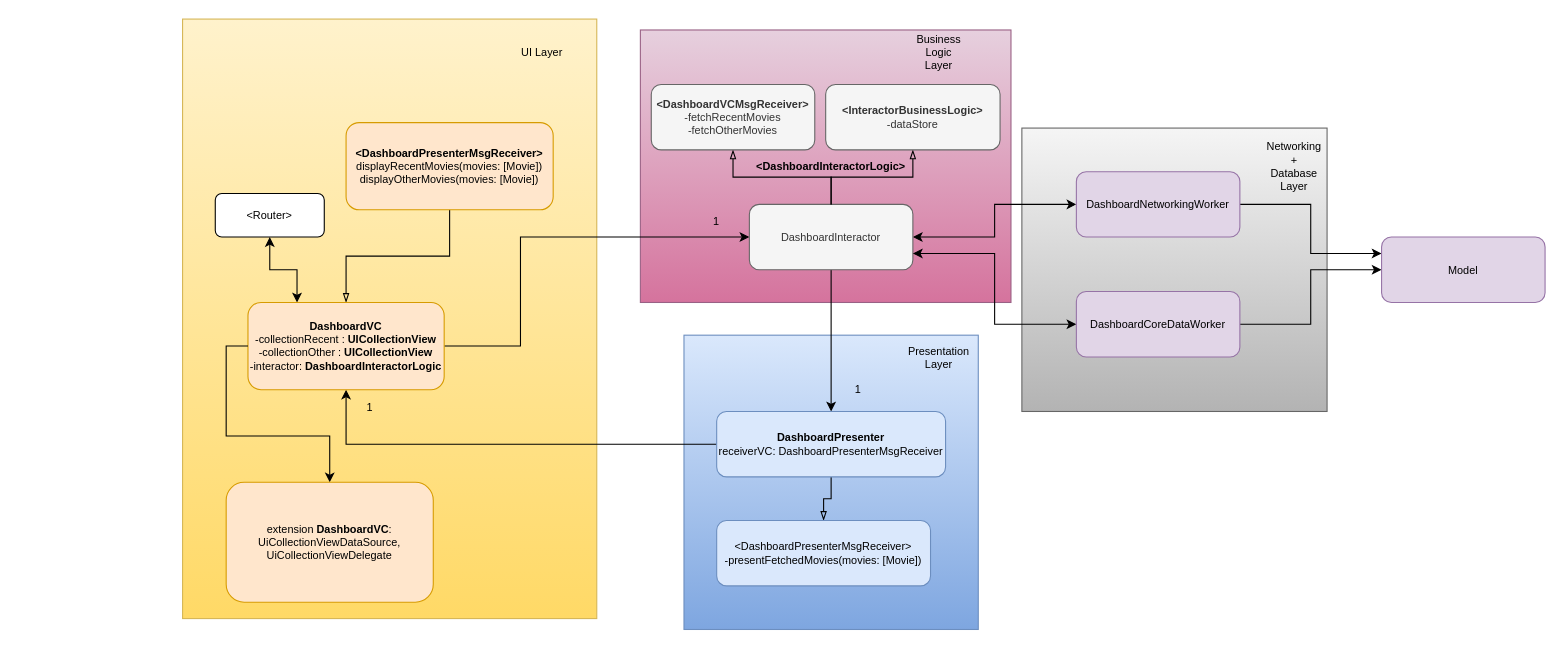
amit2908/Moview keeps this draw.io diagram as CleanArchitectureDetail.drawio. Above is the earlier version. Source tidied: cells renumbered, new cells numbered last; positions are measured from the earlier drawing's top-left corner, leaving out a move shared by most shapes. Both pictures are drawn from the tidied source at 109%, with x=0, y=0 at pixel (182, 19).
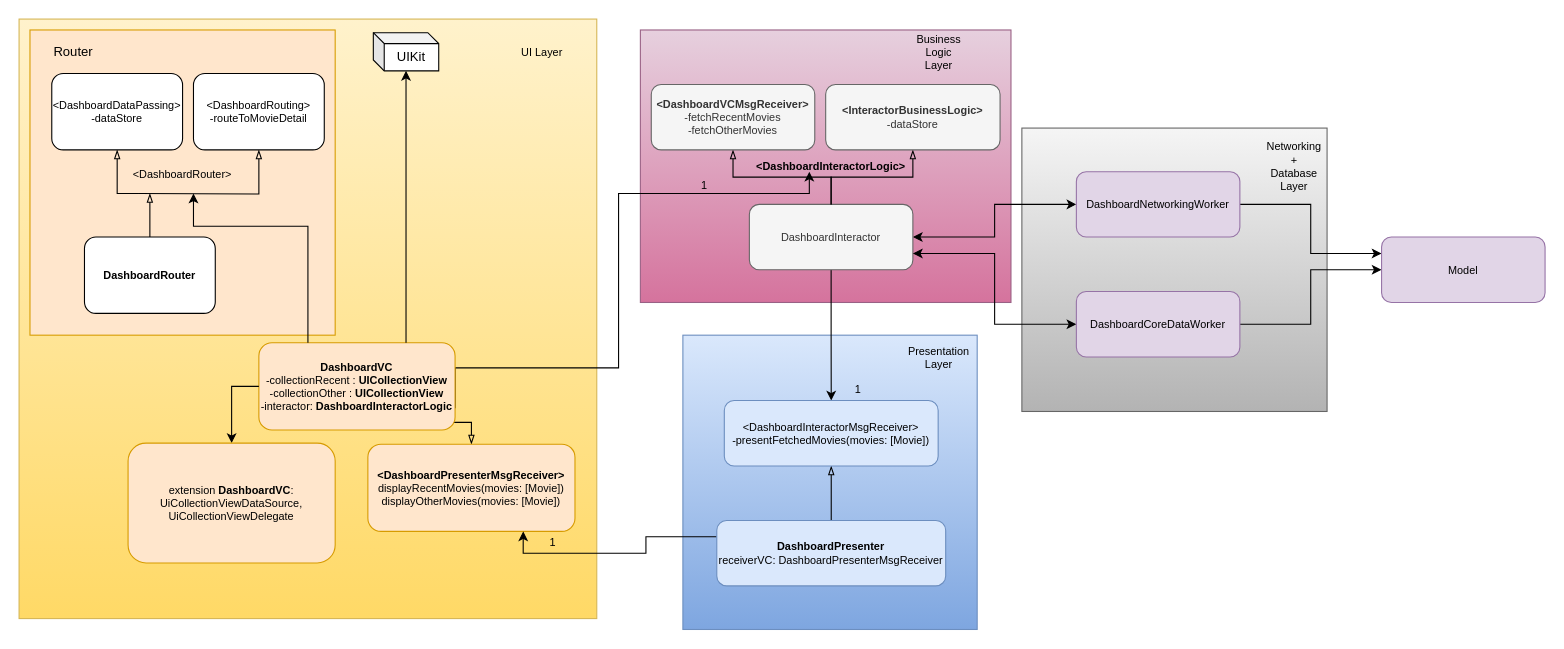
The same page after the edit.

The change refers to these unchanged cells:
```xml
<mxCell id="17" value="DashboardInteractor" style="rounded=1;whiteSpace=wrap;html=1;fontSize=10;fillColor=#f5f5f5;strokeColor=#666666;fontColor=#333333;" parent="1" vertex="1">
  <mxGeometry x="520" y="170" width="150" height="60" as="geometry" />
</mxCell>
<mxCell id="35" value="&lt;b&gt;&amp;lt;DashboardInteractorLogic&amp;gt;&lt;/b&gt;" style="text;html=1;strokeColor=none;fillColor=none;align=center;verticalAlign=middle;whiteSpace=wrap;rounded=0;fontSize=10;" parent="1" vertex="1">
  <mxGeometry x="575" y="125" width="40" height="20" as="geometry" />
</mxCell>
```

What changed in the source:
```diff
@@
     <mxCell id="2" style="rounded=0;whiteSpace=wrap;html=1;fontSize=10;gradientColor=#ffd966;fillColor=#fff2cc;strokeColor=#d6b656;" parent="1" vertex="1">
-      <mxGeometry width="380" height="550" as="geometry" />
+      <mxGeometry x="-150" width="530" height="550" as="geometry" />
     </mxCell>
@@
     <mxCell id="5" style="rounded=0;whiteSpace=wrap;html=1;fontSize=10;gradientColor=#7ea6e0;fillColor=#dae8fc;strokeColor=#6c8ebf;" parent="1" vertex="1">
-      <mxGeometry x="460" y="290" width="270" height="270" as="geometry" />
+      <mxGeometry x="459" y="290" width="270" height="270" as="geometry" />
     </mxCell>
-    <mxCell id="6" style="edgeStyle=orthogonalEdgeStyle;rounded=0;jettySize=auto;html=1;startArrow=classic;startFill=1;exitX=0.25;exitY=0;exitDx=0;exitDy=0;" parent="1" edge="1" source="10" target="20">
-      <mxGeometry relative="1" as="geometry" />
-    </mxCell>
-    <mxCell id="7" style="edgeStyle=orthogonalEdgeStyle;rounded=0;jettySize=auto;html=1;entryX=0.5;entryY=1;entryDx=0;entryDy=0;" parent="1" edge="1" source="14" target="10">
-      <mxGeometry relative="1" as="geometry">
-        <Array as="points">
-          <mxPoint x="150" y="390" />
-        </Array>
-      </mxGeometry>
-    </mxCell>
-    <mxCell id="8" style="edgeStyle=orthogonalEdgeStyle;rounded=0;jettySize=auto;html=1;exitX=1;exitY=0.5;exitDx=0;exitDy=0;" parent="1" edge="1" source="10" target="17">
+    <mxCell id="8" style="edgeStyle=orthogonalEdgeStyle;rounded=0;jettySize=auto;html=1;exitX=1;exitY=0.75;exitDx=0;exitDy=0;entryX=0;entryY=0.75;entryDx=0;entryDy=0;" parent="1" edge="1" source="10" target="35">
       <mxGeometry relative="1" as="geometry">
         <Array as="points">
-          <mxPoint x="310" y="300" />
-          <mxPoint x="310" y="200" />
+          <mxPoint x="400" y="320" />
+          <mxPoint x="400" y="160" />
+          <mxPoint x="575" y="160" />
         </Array>
       </mxGeometry>
     </mxCell>
-    <mxCell id="9" style="edgeStyle=orthogonalEdgeStyle;rounded=0;jettySize=auto;html=1;startArrow=blockThin;startFill=0;endArrow=none;endFill=0;fontSize=10;" parent="1" edge="1" source="10" target="11">
+    <mxCell id="9" style="edgeStyle=orthogonalEdgeStyle;rounded=0;jettySize=auto;html=1;startArrow=blockThin;startFill=0;endArrow=none;endFill=0;fontSize=10;" parent="1" edge="1" source="11" target="10">
       <mxGeometry relative="1" as="geometry" />
     </mxCell>
     <mxCell id="10" value="&lt;b&gt;DashboardVC&lt;/b&gt;&lt;br&gt;-collectionRecent : &lt;b&gt;UICollectionView&lt;/b&gt;&lt;br&gt;-collectionOther : &lt;b&gt;UICollectionView&lt;/b&gt;&lt;br&gt;-interactor: &lt;b&gt;DashboardInteractorLogic&lt;/b&gt;" style="rounded=1;whiteSpace=wrap;html=1;fontSize=10;fillColor=#ffe6cc;strokeColor=#d79b00;" parent="1" vertex="1">
-      <mxGeometry x="60" y="260" width="180" height="80" as="geometry" />
+      <mxGeometry x="70" y="297" width="180" height="80" as="geometry" />
     </mxCell>
     <mxCell id="11" value="&lt;b&gt;&amp;lt;DashboardPresenterMsgReceiver&amp;gt;&lt;/b&gt;&lt;br&gt;displayRecentMovies(movies: [Movie])&lt;br&gt;displayOtherMovies(movies: [Movie])" style="rounded=1;whiteSpace=wrap;html=1;fontSize=10;fillColor=#ffe6cc;strokeColor=#d79b00;" parent="1" vertex="1">
-      <mxGeometry x="150" y="95" width="190" height="80" as="geometry" />
+      <mxGeometry x="170" y="390" width="190" height="80" as="geometry" />
     </mxCell>
-    <mxCell id="12" style="edgeStyle=orthogonalEdgeStyle;rounded=0;jettySize=auto;html=1;entryX=0.5;entryY=0;entryDx=0;entryDy=0;" parent="1" edge="1" source="17" target="14">
+    <mxCell id="12" style="edgeStyle=orthogonalEdgeStyle;rounded=0;jettySize=auto;html=1;entryX=0.5;entryY=0;entryDx=0;entryDy=0;" parent="1" edge="1" source="17" target="15">
       <mxGeometry relative="1" as="geometry" />
     </mxCell>
@@
+    <mxCell id="39" style="edgeStyle=orthogonalEdgeStyle;rounded=0;jettySize=auto;html=1;exitX=0;exitY=0.25;exitDx=0;exitDy=0;entryX=0.75;entryY=1;entryDx=0;entryDy=0;" parent="1" edge="1" source="14" target="11">
+      <mxGeometry relative="1" as="geometry" />
+    </mxCell>
     <mxCell id="14" value="&lt;b&gt;DashboardPresenter&lt;/b&gt;&lt;br&gt;receiverVC: DashboardPresenterMsgReceiver" style="rounded=1;whiteSpace=wrap;html=1;fontSize=10;fillColor=#dae8fc;strokeColor=#6c8ebf;" parent="1" vertex="1">
-      <mxGeometry x="490" y="360" width="210" height="60" as="geometry" />
+      <mxGeometry x="490.1" y="460" width="210" height="60" as="geometry" />
     </mxCell>
-    <mxCell id="15" value="&amp;lt;DashboardPresenterMsgReceiver&amp;gt;&lt;br&gt;-presentFetchedMovies(movies: [Movie])" style="rounded=1;whiteSpace=wrap;html=1;fontSize=10;fillColor=#dae8fc;strokeColor=#6c8ebf;" parent="1" vertex="1">
-      <mxGeometry x="490" y="460" width="196.2" height="60" as="geometry" />
+    <mxCell id="15" value="&amp;lt;DashboardInteractorMsgReceiver&amp;gt;&lt;br&gt;-presentFetchedMovies(movies: [Movie])" style="rounded=1;whiteSpace=wrap;html=1;fontSize=10;fillColor=#dae8fc;strokeColor=#6c8ebf;" parent="1" vertex="1">
+      <mxGeometry x="497" y="350" width="196.2" height="60" as="geometry" />
     </mxCell>
@@
-    <mxCell id="20" value="&amp;lt;Router&amp;gt;" style="rounded=1;whiteSpace=wrap;html=1;fontSize=10;" parent="1" vertex="1">
-      <mxGeometry x="30" y="160" width="100" height="40" as="geometry" />
-    </mxCell>
@@
     <mxCell id="22" value="extension &lt;b&gt;DashboardVC&lt;/b&gt;: UiCollectionViewDataSource, UiCollectionViewDelegate" style="rounded=1;whiteSpace=wrap;html=1;fontSize=10;fillColor=#ffe6cc;strokeColor=#d79b00;" parent="1" vertex="1">
-      <mxGeometry x="40" y="425" width="190" height="110" as="geometry" />
+      <mxGeometry x="-50" y="389" width="190" height="110" as="geometry" />
     </mxCell>
@@
     <mxCell id="36" value="1" style="text;html=1;strokeColor=none;fillColor=none;align=center;verticalAlign=middle;whiteSpace=wrap;rounded=0;fontSize=10;" parent="1" vertex="1">
-      <mxGeometry x="470" y="175" width="40" height="20" as="geometry" />
+      <mxGeometry x="459" y="142" width="40" height="20" as="geometry" />
     </mxCell>
@@
     <mxCell id="38" value="1" style="text;html=1;strokeColor=none;fillColor=none;align=center;verticalAlign=middle;whiteSpace=wrap;rounded=0;fontSize=10;" parent="1" vertex="1">
-      <mxGeometry x="152" y="346" width="40" height="20" as="geometry" />
+      <mxGeometry x="320" y="470" width="40" height="20" as="geometry" />
     </mxCell>
+    <mxCell id="40" style="edgeStyle=orthogonalEdgeStyle;rounded=0;jettySize=auto;html=1;exitX=0.75;exitY=0;exitDx=0;exitDy=0;" parent="1" edge="1" source="10" target="41">
+      <mxGeometry relative="1" as="geometry">
+        <Array as="points">
+          <mxPoint x="205" y="50" />
+          <mxPoint x="205" y="50" />
+        </Array>
+      </mxGeometry>
+    </mxCell>
+    <mxCell id="41" value="UIKit" style="shape=cube;whiteSpace=wrap;html=1;boundedLbl=1;backgroundOutline=1;darkOpacity=0.05;darkOpacity2=0.1;size=10;" parent="1" vertex="1">
+      <mxGeometry x="175" y="12.5" width="60" height="35" as="geometry" />
+    </mxCell>
+    <mxCell id="42" style="rounded=0;whiteSpace=wrap;html=1;fillColor=#ffe6cc;strokeColor=#d79b00;" parent="1" vertex="1">
+      <mxGeometry x="-140" y="10" width="280" height="280" as="geometry" />
+    </mxCell>
+    <mxCell id="43" style="edgeStyle=orthogonalEdgeStyle;rounded=0;jettySize=auto;html=1;startArrow=none;startFill=0;endArrow=blockThin;endFill=0;exitX=0.5;exitY=0;exitDx=0;exitDy=0;" parent="1" edge="1" source="48">
+      <mxGeometry relative="1" as="geometry">
+        <mxPoint x="-30" y="160" as="targetPoint" />
+      </mxGeometry>
+    </mxCell>
+    <mxCell id="44" style="edgeStyle=orthogonalEdgeStyle;rounded=0;jettySize=auto;html=1;startArrow=none;startFill=0;endArrow=blockThin;endFill=0;" parent="1" edge="1" target="47">
+      <mxGeometry relative="1" as="geometry">
+        <mxPoint x="-40" y="160" as="sourcePoint" />
+        <Array as="points">
+          <mxPoint x="-60" y="160" />
+        </Array>
+      </mxGeometry>
+    </mxCell>
+    <mxCell id="45" style="edgeStyle=orthogonalEdgeStyle;rounded=0;jettySize=auto;html=1;startArrow=none;startFill=0;endArrow=blockThin;endFill=0;" parent="1" edge="1" target="46">
+      <mxGeometry relative="1" as="geometry">
+        <mxPoint x="-40" y="160" as="sourcePoint" />
+      </mxGeometry>
+    </mxCell>
+    <mxCell id="46" value="&amp;lt;DashboardRouting&amp;gt;&lt;br&gt;-routeToMovieDetail" style="rounded=1;whiteSpace=wrap;html=1;fontSize=10;" parent="1" vertex="1">
+      <mxGeometry x="10" y="50" width="120" height="70" as="geometry" />
+    </mxCell>
+    <mxCell id="47" value="&amp;lt;DashboardDataPassing&amp;gt;&lt;br&gt;-dataStore" style="rounded=1;whiteSpace=wrap;html=1;fontSize=10;" parent="1" vertex="1">
+      <mxGeometry x="-120" y="50" width="120" height="70" as="geometry" />
+    </mxCell>
+    <mxCell id="48" value="&lt;b&gt;DashboardRouter&lt;/b&gt;&lt;br&gt;" style="rounded=1;whiteSpace=wrap;html=1;fontSize=10;" parent="1" vertex="1">
+      <mxGeometry x="-90" y="200" width="120" height="70" as="geometry" />
+    </mxCell>
+    <mxCell id="49" value="&lt;span style=&quot;font-size: 10px&quot;&gt;&amp;lt;DashboardRouter&amp;gt;&lt;/span&gt;" style="text;html=1;strokeColor=none;fillColor=none;align=center;verticalAlign=middle;whiteSpace=wrap;rounded=0;" parent="1" vertex="1">
+      <mxGeometry x="-20" y="132" width="40" height="20" as="geometry" />
+    </mxCell>
+    <mxCell id="6" style="edgeStyle=orthogonalEdgeStyle;rounded=0;jettySize=auto;html=1;startArrow=none;startFill=0;exitX=0.25;exitY=0;exitDx=0;exitDy=0;endArrow=classic;endFill=1;" parent="1" edge="1" source="10">
+      <mxGeometry relative="1" as="geometry">
+        <mxPoint x="10" y="160" as="targetPoint" />
+        <Array as="points">
+          <mxPoint x="115" y="190" />
+          <mxPoint x="10" y="190" />
+        </Array>
+      </mxGeometry>
+    </mxCell>
+    <mxCell id="50" value="Router" style="text;html=1;strokeColor=none;fillColor=none;align=center;verticalAlign=middle;whiteSpace=wrap;rounded=0;" parent="1" vertex="1">
+      <mxGeometry x="-120" y="20" width="40" height="20" as="geometry" />
+    </mxCell>
```
